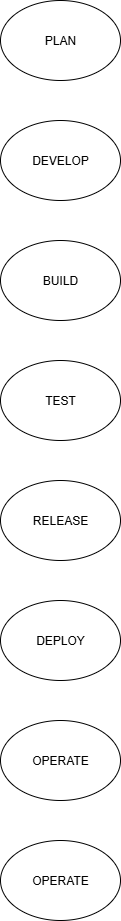
This is DevOps Lifecycle – Visual Diagram.drawio.png from Geerthana-379/about-devops, a draw.io export, as it was before one commit. Source tidied: cells renumbered, new cells last; positions are measured from the earlier drawing's top-left corner, leaving out a move shared by most shapes.
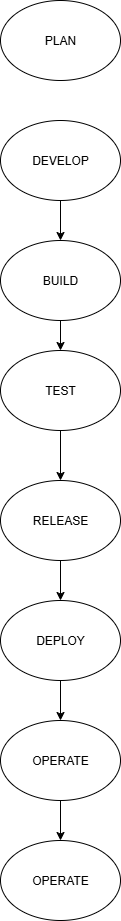
The same diagram one commit later.

The edit, as a diff of the source:
```diff
@@ -5,23 +5,41 @@
     <mxCell id="2" value="PLAN" style="ellipse;whiteSpace=wrap;html=1;" parent="1" vertex="1">
       <mxGeometry width="120" height="80" as="geometry" />
     </mxCell>
+    <mxCell id="10" style="edgeStyle=orthogonalEdgeStyle;rounded=0;jettySize=auto;html=1;" parent="1" edge="1" source="3" target="5">
+      <mxGeometry relative="1" as="geometry" />
+    </mxCell>
     <mxCell id="3" value="DEVELOP" style="ellipse;whiteSpace=wrap;html=1;" parent="1" vertex="1">
       <mxGeometry y="120" width="120" height="80" as="geometry" />
     </mxCell>
+    <mxCell id="11" style="edgeStyle=orthogonalEdgeStyle;rounded=0;jettySize=auto;html=1;" parent="1" edge="1" source="4" target="9">
+      <mxGeometry relative="1" as="geometry" />
+    </mxCell>
     <mxCell id="4" value="OPERATE" style="ellipse;whiteSpace=wrap;html=1;" parent="1" vertex="1">
       <mxGeometry y="720" width="120" height="80" as="geometry" />
     </mxCell>
+    <mxCell id="12" style="edgeStyle=orthogonalEdgeStyle;rounded=0;jettySize=auto;html=1;" parent="1" edge="1" source="5" target="8">
+      <mxGeometry relative="1" as="geometry" />
+    </mxCell>
     <mxCell id="5" value="BUILD" style="ellipse;whiteSpace=wrap;html=1;" parent="1" vertex="1">
       <mxGeometry y="240" width="120" height="80" as="geometry" />
     </mxCell>
+    <mxCell id="13" style="edgeStyle=orthogonalEdgeStyle;rounded=0;jettySize=auto;html=1;" parent="1" edge="1" source="6" target="4">
+      <mxGeometry relative="1" as="geometry" />
+    </mxCell>
     <mxCell id="6" value="DEPLOY" style="ellipse;whiteSpace=wrap;html=1;" parent="1" vertex="1">
       <mxGeometry y="600" width="120" height="80" as="geometry" />
     </mxCell>
+    <mxCell id="14" style="edgeStyle=orthogonalEdgeStyle;rounded=0;jettySize=auto;html=1;" parent="1" edge="1" source="7" target="6">
+      <mxGeometry relative="1" as="geometry" />
+    </mxCell>
     <mxCell id="7" value="RELEASE" style="ellipse;whiteSpace=wrap;html=1;" parent="1" vertex="1">
       <mxGeometry y="480" width="120" height="80" as="geometry" />
     </mxCell>
+    <mxCell id="15" style="edgeStyle=orthogonalEdgeStyle;rounded=0;jettySize=auto;html=1;" parent="1" edge="1" source="8" target="7">
+      <mxGeometry relative="1" as="geometry" />
+    </mxCell>
     <mxCell id="8" value="TEST" style="ellipse;whiteSpace=wrap;html=1;" parent="1" vertex="1">
-      <mxGeometry y="360" width="120" height="80" as="geometry" />
+      <mxGeometry y="350" width="120" height="80" as="geometry" />
     </mxCell>
     <mxCell id="9" value="OPERATE" style="ellipse;whiteSpace=wrap;html=1;" parent="1" vertex="1">
       <mxGeometry y="840" width="120" height="80" as="geometry" />
```
